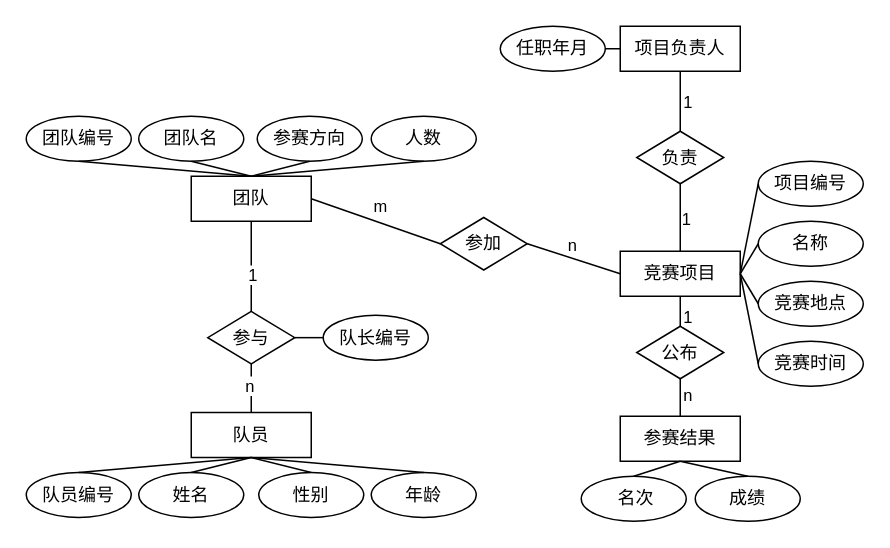
Above: LessonUML/shijuan2.drawio in WFTGF2024/UML (draw.io), before the change. Source tidied: cells renumbered, new cells numbered last; positions are measured from the earlier drawing's top-left corner, leaving out a move shared by most shapes. Both pictures are drawn from the tidied source at 150%, with x=0, y=0 at pixel (26, 26).
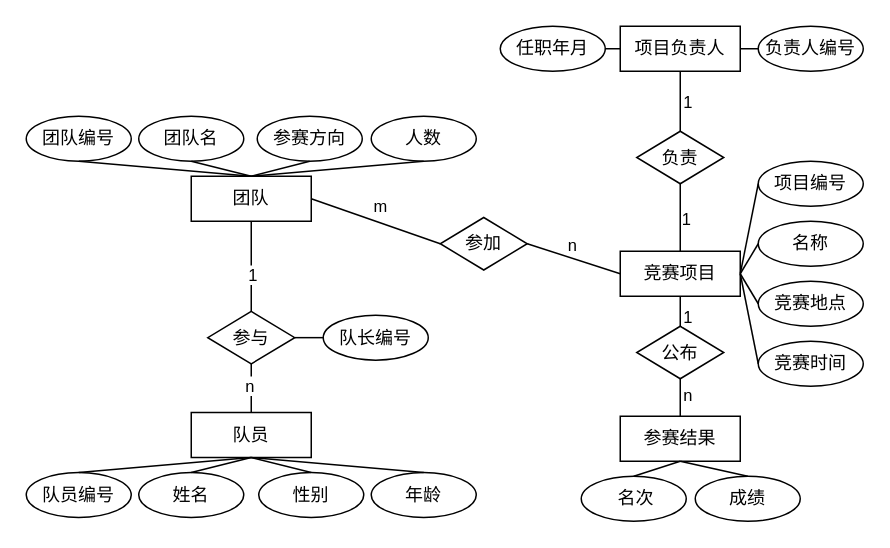
After the change.

Unchanged cells that the change refers to:
```xml
<mxCell id="17" value="项目负责人" style="rounded=0;whiteSpace=wrap;html=1;" parent="1" vertex="1">
  <mxGeometry x="396" width="80" height="30" as="geometry" />
</mxCell>
```

The edit, as a diff of the source:
```diff
@@
+    <mxCell id="59" value="负责人编号" style="ellipse;whiteSpace=wrap;html=1;" parent="1" vertex="1">
+      <mxGeometry x="488" width="70" height="30" as="geometry" />
+    </mxCell>
+    <mxCell id="60" style="endArrow=none;html=1;rounded=0;exitX=1;exitY=0.5;exitDx=0;exitDy=0;entryX=0;entryY=0.5;entryDx=0;entryDy=0;" parent="1" edge="1" source="17" target="59">
+      <mxGeometry relative="1" as="geometry" />
+    </mxCell>
```
